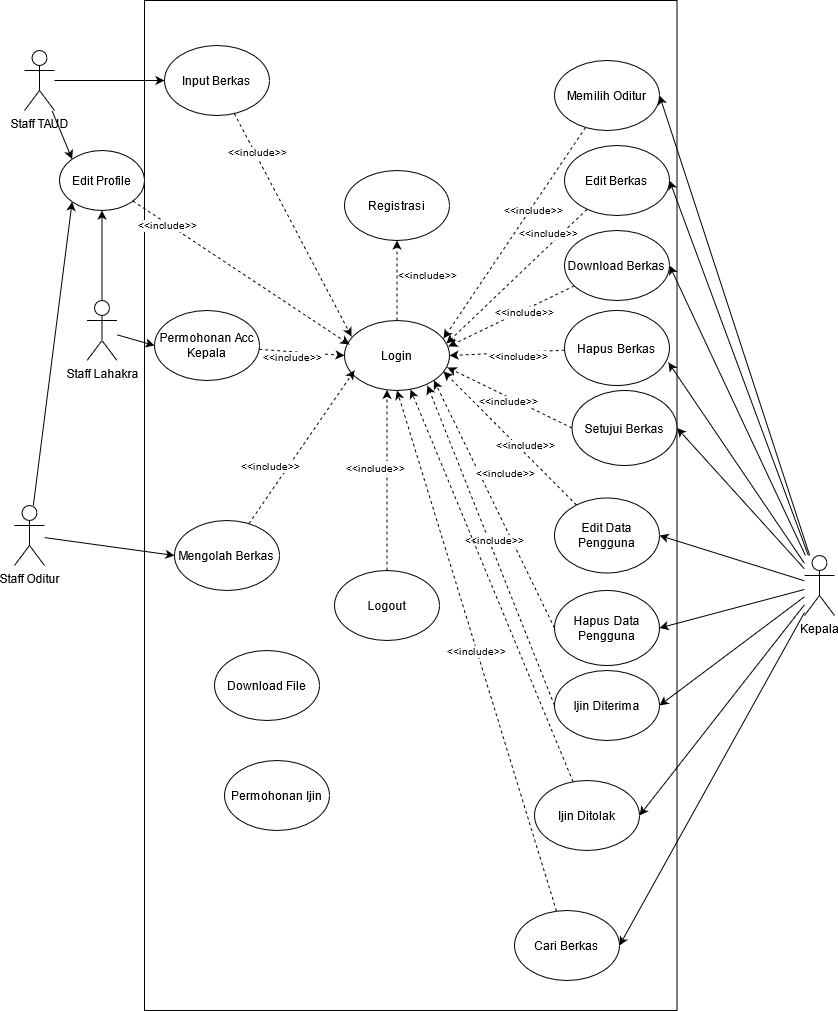
vincent322/Diagram keeps this draw.io diagram as staff/Use Case Diagram.png. Above is the earlier version. Source tidied: cells renumbered, new cells last; positions are measured from the earlier drawing's top-left corner, leaving out a move shared by most shapes.
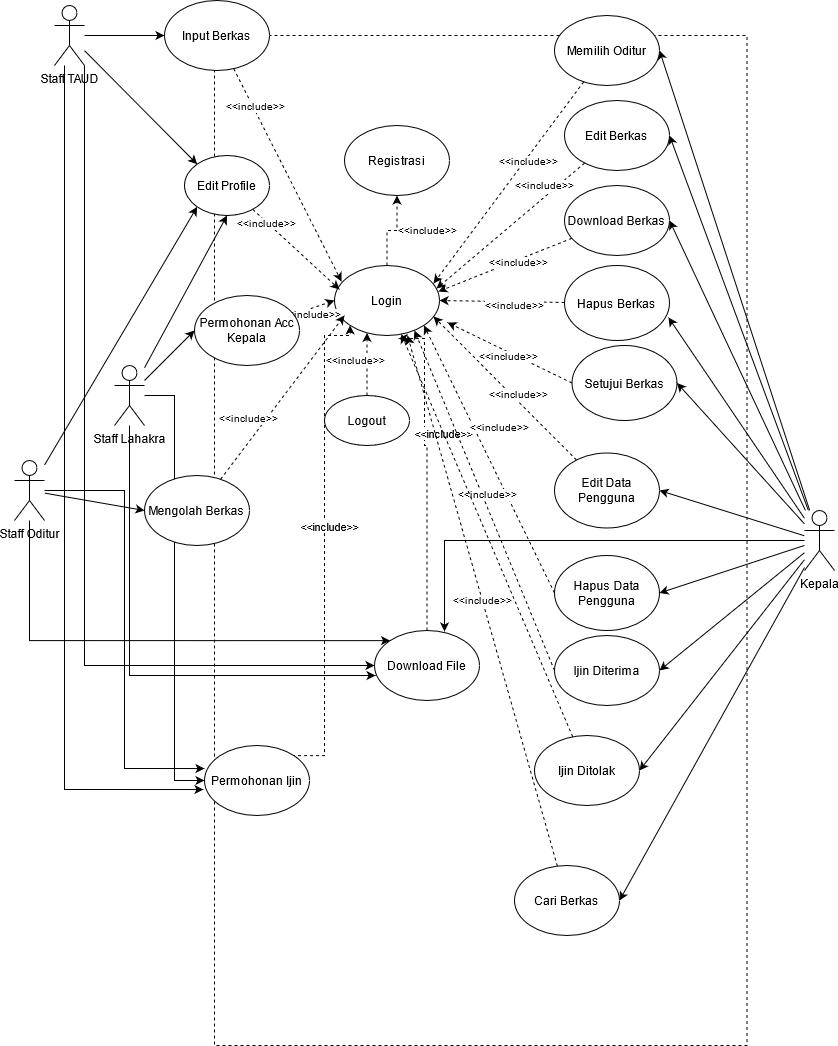
After the commit.

Change to the diagram source:
```diff
@@ -2,8 +2,8 @@
   <root>
     <mxCell id="0" />
     <mxCell id="1" parent="0" />
-    <mxCell id="2" style="rounded=0;whiteSpace=wrap;html=1;" parent="1" vertex="1">
-      <mxGeometry x="130" width="532.5" height="1010" as="geometry" />
+    <mxCell id="2" style="rounded=0;whiteSpace=wrap;html=1;dashed=1;" parent="1" vertex="1">
+      <mxGeometry x="200" y="80" width="532.5" height="1010" as="geometry" />
     </mxCell>
     <mxCell id="3" style="edgeStyle=none;rounded=0;jettySize=auto;html=1;entryX=0;entryY=0.5;entryDx=0;entryDy=0;fontSize=10;" parent="1" edge="1" source="5" target="30">
       <mxGeometry relative="1" as="geometry" />
@@ -11,8 +11,23 @@
     <mxCell id="4" style="edgeStyle=none;rounded=0;jettySize=auto;html=1;fontSize=10;entryX=0;entryY=0;entryDx=0;entryDy=0;" parent="1" edge="1" source="5" target="59">
       <mxGeometry relative="1" as="geometry" />
     </mxCell>
+    <mxCell id="66" style="edgeStyle=orthogonalEdgeStyle;rounded=0;jettySize=auto;html=1;entryX=0;entryY=0.5;entryDx=0;entryDy=0;" parent="1" edge="1" source="5" target="46">
+      <mxGeometry relative="1" as="geometry">
+        <Array as="points">
+          <mxPoint x="70" y="80" />
+          <mxPoint x="70" y="710" />
+        </Array>
+      </mxGeometry>
+    </mxCell>
+    <mxCell id="67" style="edgeStyle=orthogonalEdgeStyle;rounded=0;jettySize=auto;html=1;entryX=-0.01;entryY=0.629;entryDx=0;entryDy=0;entryPerimeter=0;" parent="1" edge="1" source="5" target="65">
+      <mxGeometry relative="1" as="geometry">
+        <Array as="points">
+          <mxPoint x="50" y="834" />
+        </Array>
+      </mxGeometry>
+    </mxCell>
     <mxCell id="5" value="Staff TAUD" style="shape=umlActor;verticalLabelPosition=bottom;verticalAlign=top;html=1;outlineConnect=0;" parent="1" vertex="1">
-      <mxGeometry x="10" y="50" width="30" height="60" as="geometry" />
+      <mxGeometry x="40" y="50" width="30" height="60" as="geometry" />
     </mxCell>
     <mxCell id="6" style="edgeStyle=none;rounded=0;jettySize=auto;html=1;entryX=0;entryY=0.5;entryDx=0;entryDy=0;fontSize=10;" parent="1" edge="1" source="8" target="33">
       <mxGeometry relative="1" as="geometry" />
@@ -20,8 +35,18 @@
     <mxCell id="7" style="edgeStyle=none;rounded=0;jettySize=auto;html=1;fontSize=10;entryX=0.5;entryY=1;entryDx=0;entryDy=0;" parent="1" edge="1" source="8" target="59">
       <mxGeometry relative="1" as="geometry" />
     </mxCell>
+    <mxCell id="68" style="edgeStyle=orthogonalEdgeStyle;rounded=0;jettySize=auto;html=1;entryX=0.01;entryY=0.643;entryDx=0;entryDy=0;entryPerimeter=0;" parent="1" edge="1" source="8" target="46">
+      <mxGeometry relative="1" as="geometry">
+        <Array as="points">
+          <mxPoint x="115" y="720" />
+        </Array>
+      </mxGeometry>
+    </mxCell>
+    <mxCell id="69" style="edgeStyle=orthogonalEdgeStyle;rounded=0;jettySize=auto;html=1;entryX=0;entryY=0.5;entryDx=0;entryDy=0;" parent="1" edge="1" source="8" target="65">
+      <mxGeometry relative="1" as="geometry" />
+    </mxCell>
     <mxCell id="8" value="Staff Lahakra" style="shape=umlActor;verticalLabelPosition=bottom;verticalAlign=top;html=1;outlineConnect=0;" parent="1" vertex="1">
-      <mxGeometry x="72.5" y="300" width="30" height="60" as="geometry" />
+      <mxGeometry x="100" y="410" width="30" height="60" as="geometry" />
     </mxCell>
     <mxCell id="9" style="edgeStyle=none;rounded=0;jettySize=auto;html=1;entryX=1;entryY=0.5;entryDx=0;entryDy=0;fontSize=10;" parent="1" edge="1" source="19" target="36">
       <mxGeometry relative="1" as="geometry" />
@@ -53,6 +78,9 @@
     <mxCell id="18" style="edgeStyle=none;rounded=0;jettySize=auto;html=1;entryX=1;entryY=0.5;entryDx=0;entryDy=0;fontSize=10;" parent="1" edge="1" source="19" target="61">
       <mxGeometry relative="1" as="geometry" />
     </mxCell>
+    <mxCell id="70" style="edgeStyle=orthogonalEdgeStyle;rounded=0;jettySize=auto;html=1;entryX=0.667;entryY=0.014;entryDx=0;entryDy=0;entryPerimeter=0;" parent="1" edge="1" source="19" target="46">
+      <mxGeometry relative="1" as="geometry" />
+    </mxCell>
     <mxCell id="19" value="Kepala" style="shape=umlActor;verticalLabelPosition=bottom;verticalAlign=top;html=1;outlineConnect=0;" parent="1" vertex="1">
       <mxGeometry x="790" y="555" width="30" height="60" as="geometry" />
     </mxCell>
@@ -62,6 +90,16 @@
     <mxCell id="21" style="edgeStyle=none;rounded=0;jettySize=auto;html=1;entryX=0;entryY=0.5;entryDx=0;entryDy=0;fontSize=10;" parent="1" edge="1" source="22" target="39">
       <mxGeometry relative="1" as="geometry" />
     </mxCell>
+    <mxCell id="71" style="edgeStyle=orthogonalEdgeStyle;rounded=0;jettySize=auto;html=1;entryX=0;entryY=0;entryDx=0;entryDy=0;" parent="1" edge="1" source="22" target="46">
+      <mxGeometry relative="1" as="geometry">
+        <Array as="points">
+          <mxPoint x="15" y="685" />
+        </Array>
+      </mxGeometry>
+    </mxCell>
+    <mxCell id="72" style="edgeStyle=orthogonalEdgeStyle;rounded=0;jettySize=auto;html=1;entryX=0;entryY=0.329;entryDx=0;entryDy=0;entryPerimeter=0;" parent="1" edge="1" source="22" target="65">
+      <mxGeometry relative="1" as="geometry" />
+    </mxCell>
     <mxCell id="22" value="Staff Oditur" style="shape=umlActor;verticalLabelPosition=bottom;verticalAlign=top;html=1;outlineConnect=0;" parent="1" vertex="1">
       <mxGeometry y="505" width="30" height="60" as="geometry" />
     </mxCell>
@@ -69,7 +107,7 @@
       <mxGeometry x="0.14" y="-30" relative="1" as="geometry" />
     </mxCell>
     <mxCell id="24" value="Login" style="ellipse;whiteSpace=wrap;html=1;" parent="1" vertex="1">
-      <mxGeometry x="330" y="320" width="105" height="70" as="geometry" />
+      <mxGeometry x="320" y="310" width="105" height="70" as="geometry" />
     </mxCell>
     <mxCell id="25" value="Registrasi" style="ellipse;whiteSpace=wrap;html=1;" parent="1" vertex="1">
       <mxGeometry x="330" y="170" width="105" height="70" as="geometry" />
@@ -83,9 +121,6 @@
         <mxPoint x="1" as="offset" />
       </mxGeometry>
     </mxCell>
-    <mxCell id="27" value="Logout" style="ellipse;whiteSpace=wrap;html=1;" parent="1" vertex="1">
-      <mxGeometry x="320" y="570" width="105" height="70" as="geometry" />
-    </mxCell>
     <mxCell id="28" style="edgeStyle=none;rounded=0;jettySize=auto;html=1;entryX=0.067;entryY=0.229;entryDx=0;entryDy=0;entryPerimeter=0;fontSize=10;dashed=1;" parent="1" edge="1" source="30" target="24">
       <mxGeometry relative="1" as="geometry" />
     </mxCell>
@@ -102,7 +137,7 @@
       <mxGeometry x="-0.23" y="-5" relative="1" as="geometry" />
     </mxCell>
     <mxCell id="33" value="Permohonan Acc Kepala" style="ellipse;whiteSpace=wrap;html=1;" parent="1" vertex="1">
-      <mxGeometry x="140" y="310" width="105" height="70" as="geometry" />
+      <mxGeometry x="180" y="340" width="105" height="70" as="geometry" />
     </mxCell>
     <mxCell id="34" style="rounded=0;jettySize=auto;html=1;entryX=0.943;entryY=0.257;entryDx=0;entryDy=0;dashed=1;entryPerimeter=0;" parent="1" edge="1" source="36" target="24">
       <mxGeometry relative="1" as="geometry" />
@@ -122,7 +157,7 @@
       </mxGeometry>
     </mxCell>
     <mxCell id="39" value="Mengolah Berkas" style="ellipse;whiteSpace=wrap;html=1;" parent="1" vertex="1">
-      <mxGeometry x="160" y="520" width="105" height="70" as="geometry" />
+      <mxGeometry x="130" y="520" width="105" height="70" as="geometry" />
     </mxCell>
     <mxCell id="40" value="&amp;lt;&amp;lt;include&amp;gt;&amp;gt;" style="edgeStyle=none;rounded=0;jettySize=auto;html=1;dashed=1;fontSize=10;entryX=0.971;entryY=0.329;entryDx=0;entryDy=0;entryPerimeter=0;" parent="1" edge="1" source="41" target="24">
       <mxGeometry x="-0.53" y="-9" relative="1" as="geometry" />
@@ -144,8 +179,22 @@
     <mxCell id="45" value="Setujui Berkas" style="ellipse;whiteSpace=wrap;html=1;" parent="1" vertex="1">
       <mxGeometry x="557.5" y="390" width="105" height="75" as="geometry" />
     </mxCell>
+    <mxCell id="73" style="edgeStyle=orthogonalEdgeStyle;rounded=0;jettySize=auto;html=1;entryX=0.61;entryY=1.043;entryDx=0;entryDy=0;entryPerimeter=0;dashed=1;" parent="1" edge="1" source="46" target="24">
+      <mxGeometry relative="1" as="geometry">
+        <Array as="points">
+          <mxPoint x="413" y="490" />
+          <mxPoint x="410" y="490" />
+          <mxPoint x="410" y="383" />
+        </Array>
+      </mxGeometry>
+    </mxCell>
+    <mxCell id="74" value="&amp;lt;&amp;lt;include&amp;gt;&amp;gt;" style="edgeLabel;html=1;align=center;verticalAlign=middle;" parent="73" vertex="1">
+      <mxGeometry x="0.19" y="-1" relative="1" as="geometry">
+        <mxPoint x="17" y="-9" as="offset" />
+      </mxGeometry>
+    </mxCell>
     <mxCell id="46" value="Download File" style="ellipse;whiteSpace=wrap;html=1;" parent="1" vertex="1">
-      <mxGeometry x="200" y="650" width="105" height="70" as="geometry" />
+      <mxGeometry x="360" y="675" width="105" height="70" as="geometry" />
     </mxCell>
     <mxCell id="47" style="edgeStyle=none;rounded=0;jettySize=auto;html=1;dashed=1;fontSize=10;entryX=0.943;entryY=0.729;entryDx=0;entryDy=0;entryPerimeter=0;" parent="1" edge="1" source="49" target="24">
       <mxGeometry relative="1" as="geometry" />
@@ -167,15 +216,17 @@
       </mxGeometry>
     </mxCell>
     <mxCell id="52" value="Hapus Data Pengguna" style="ellipse;whiteSpace=wrap;html=1;" parent="1" vertex="1">
-      <mxGeometry x="540" y="590" width="105" height="75" as="geometry" />
+      <mxGeometry x="540" y="600" width="105" height="75" as="geometry" />
     </mxCell>
-    <mxCell id="53" value="&amp;lt;&amp;lt;include&amp;gt;&amp;gt;" style="edgeStyle=none;rounded=0;jettySize=auto;html=1;exitX=0;exitY=0.5;exitDx=0;exitDy=0;entryX=0.79;entryY=0.929;entryDx=0;entryDy=0;entryPerimeter=0;dashed=1;fontSize=10;" parent="1" edge="1" source="54" target="24">
-      <mxGeometry x="0.02" y="-5" relative="1" as="geometry" />
+    <mxCell id="53" value="&amp;lt;&amp;lt;include&amp;gt;&amp;gt;" style="edgeStyle=none;rounded=0;jettySize=auto;html=1;exitX=0;exitY=0.5;exitDx=0;exitDy=0;dashed=1;fontSize=10;" parent="1" edge="1" source="54">
+      <mxGeometry x="0.02" y="-5" relative="1" as="geometry">
+        <mxPoint x="400" y="375" as="targetPoint" />
+      </mxGeometry>
     </mxCell>
     <mxCell id="54" value="Ijin Diterima" style="ellipse;whiteSpace=wrap;html=1;" parent="1" vertex="1">
-      <mxGeometry x="540" y="670" width="105" height="70" as="geometry" />
+      <mxGeometry x="540" y="680" width="105" height="70" as="geometry" />
     </mxCell>
-    <mxCell id="55" style="edgeStyle=none;rounded=0;jettySize=auto;html=1;entryX=0.629;entryY=0.986;entryDx=0;entryDy=0;entryPerimeter=0;dashed=1;fontSize=10;" parent="1" edge="1" source="56" target="24">
+    <mxCell id="55" style="edgeStyle=none;rounded=0;jettySize=auto;html=1;dashed=1;" parent="1" edge="1" source="56" target="24">
       <mxGeometry relative="1" as="geometry" />
     </mxCell>
     <mxCell id="56" value="Ijin Ditolak" style="ellipse;whiteSpace=wrap;html=1;" parent="1" vertex="1">
@@ -188,9 +239,9 @@
       <mxGeometry x="-0.67" y="-1" relative="1" as="geometry" />
     </mxCell>
     <mxCell id="59" value="Edit Profile" style="ellipse;whiteSpace=wrap;html=1;" parent="1" vertex="1">
-      <mxGeometry x="45" y="150" width="85" height="60" as="geometry" />
+      <mxGeometry x="170" y="200" width="85" height="60" as="geometry" />
     </mxCell>
-    <mxCell id="60" value="&amp;lt;&amp;lt;include&amp;gt;&amp;gt;" style="edgeStyle=none;rounded=0;jettySize=auto;html=1;entryX=0.5;entryY=1;entryDx=0;entryDy=0;dashed=1;fontSize=10;" parent="1" edge="1" source="61" target="24">
+    <mxCell id="60" value="&amp;lt;&amp;lt;include&amp;gt;&amp;gt;" style="edgeStyle=none;rounded=0;jettySize=auto;html=1;entryX=0.695;entryY=1;entryDx=0;entryDy=0;dashed=1;fontSize=10;entryPerimeter=0;" parent="1" edge="1" source="61" target="24">
       <mxGeometry relative="1" as="geometry" />
     </mxCell>
     <mxCell id="61" value="Cari Berkas" style="ellipse;whiteSpace=wrap;html=1;" parent="1" vertex="1">
@@ -205,8 +256,22 @@
     <mxCell id="64" value="Download Berkas" style="ellipse;whiteSpace=wrap;html=1;" parent="1" vertex="1">
       <mxGeometry x="550" y="230" width="105" height="70" as="geometry" />
     </mxCell>
+    <mxCell id="75" style="edgeStyle=orthogonalEdgeStyle;rounded=0;jettySize=auto;html=1;exitX=0;exitY=0;exitDx=0;exitDy=0;entryX=0;entryY=1;entryDx=0;entryDy=0;dashed=1;" parent="1" edge="1" source="65" target="24">
+      <mxGeometry relative="1" as="geometry">
+        <Array as="points">
+          <mxPoint x="310" y="800" />
+          <mxPoint x="310" y="380" />
+        </Array>
+      </mxGeometry>
+    </mxCell>
+    <mxCell id="76" value="&amp;lt;&amp;lt;include&amp;gt;&amp;gt;" style="edgeLabel;html=1;align=center;verticalAlign=middle;" parent="75" vertex="1">
+      <mxGeometry x="0.19" y="-4" relative="1" as="geometry" />
+    </mxCell>
     <mxCell id="65" value="Permohonan Ijin" style="ellipse;whiteSpace=wrap;html=1;" parent="1" vertex="1">
-      <mxGeometry x="210" y="760" width="105" height="70" as="geometry" />
+      <mxGeometry x="190" y="790" width="105" height="70" as="geometry" />
     </mxCell>
+    <mxCell id="27" value="Logout" style="ellipse;whiteSpace=wrap;html=1;" parent="1" vertex="1">
+      <mxGeometry x="310" y="440" width="85" height="50" as="geometry" />
+    </mxCell>
   </root>
 </mxGraphModel>
```
